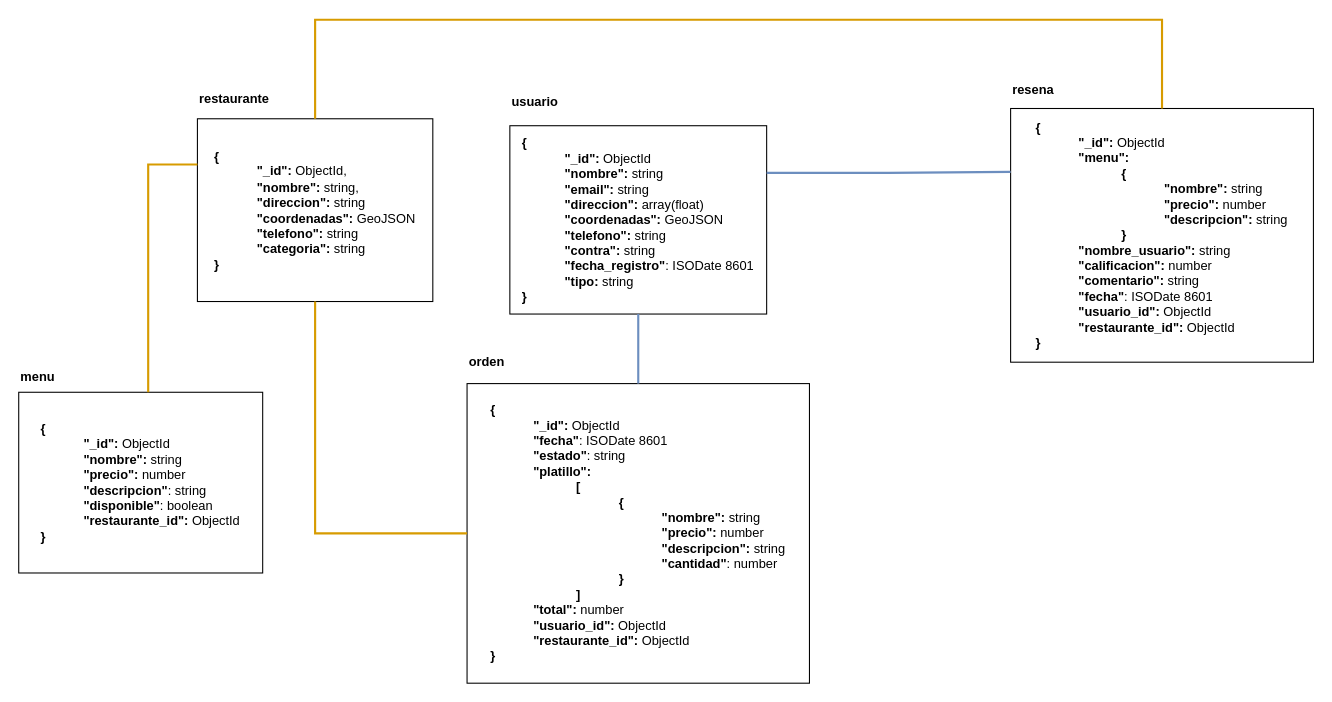
donmatthiuz/BasedeDato2 keeps this draw.io diagram as proyecto2/images/diagrama_db.drawio. Above is the earlier version. Source tidied: cells renumbered, new cells numbered last; positions are measured from the earlier drawing's top-left corner, leaving out a move shared by most shapes. Both pictures are drawn from the tidied source at 107%, with x=0, y=0 at pixel (18, 19).
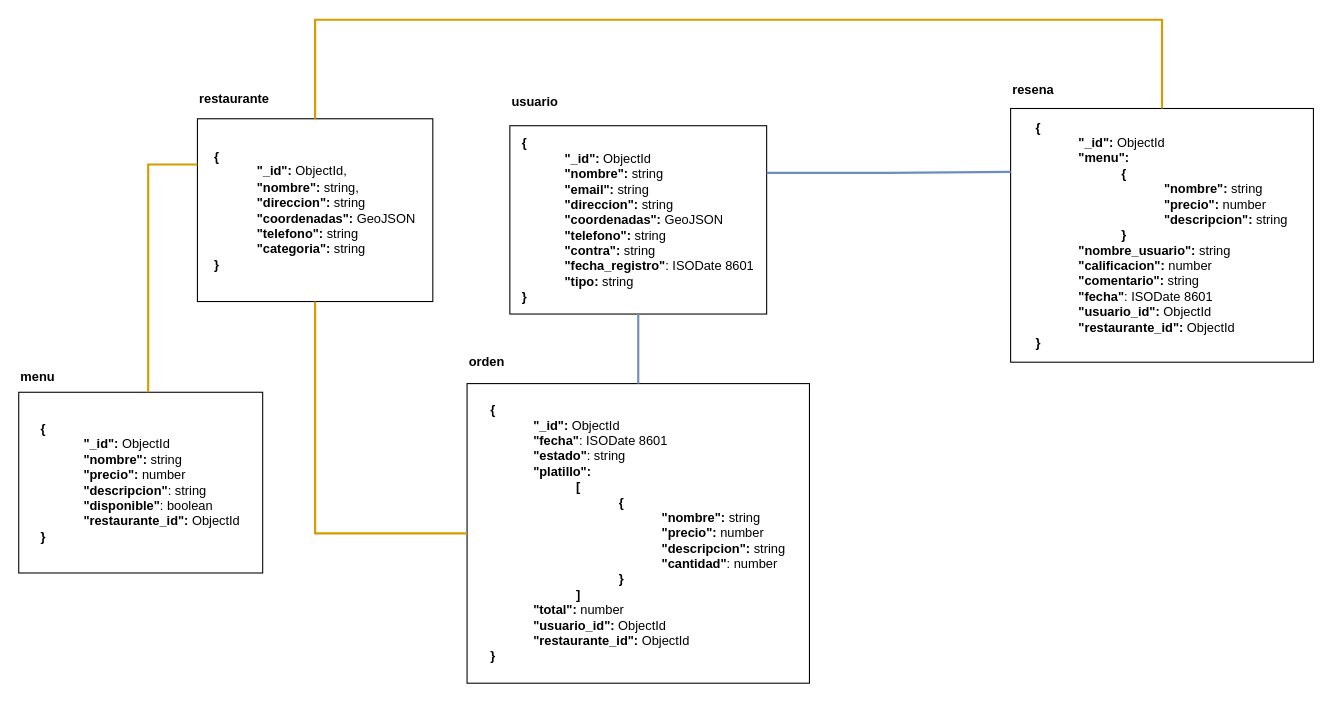
Above is the later version.

The change refers to these unchanged cells:
```xml
<mxCell id="5" style="group;" parent="1" vertex="1">
  <mxGeometry x="459" y="55" width="240" height="220" as="geometry" />
</mxCell>
```

Change to the diagram source:
```diff
@@
-    <mxCell id="7" value="&lt;div style=&quot;text-align: left; padding-top: 0px; padding-right: 50px;&quot;&gt;&lt;b&gt;{&lt;/b&gt;&lt;/div&gt;&lt;blockquote style=&quot;margin: 0 0 0 40px; border: none; padding: 0px;&quot;&gt;&lt;div style=&quot;text-align: left; padding-top: 0px; padding-right: 50px;&quot;&gt;&lt;b&gt;&quot;_id&quot;:&lt;/b&gt; ObjectId&lt;/div&gt;&lt;div style=&quot;text-align: left;&quot;&gt;&lt;b&gt;&quot;nombre&quot;:&lt;/b&gt; string&lt;/div&gt;&lt;div style=&quot;text-align: left; padding-top: 0px; padding-right: 0px;&quot;&gt;&lt;b&gt;&quot;email&quot;:&lt;/b&gt; string&lt;/div&gt;&lt;div style=&quot;text-align: left;&quot;&gt;&lt;b&gt;&quot;direccion&quot;:&lt;/b&gt; array(float)&lt;/div&gt;&lt;div style=&quot;text-align: left;&quot;&gt;&lt;b&gt;&quot;coordenadas&quot;:&lt;/b&gt;&amp;nbsp;GeoJSON&lt;/div&gt;&lt;div style=&quot;text-align: left;&quot;&gt;&lt;b&gt;&quot;telefono&quot;:&lt;/b&gt; string&lt;/div&gt;&lt;div style=&quot;text-align: left;&quot;&gt;&lt;b&gt;&quot;contra&quot;:&lt;/b&gt; string&lt;/div&gt;&lt;div style=&quot;text-align: left;&quot;&gt;&lt;b&gt;&quot;fecha_registro&quot;&lt;/b&gt;: ISODate 8601&lt;/div&gt;&lt;div style=&quot;text-align: left;&quot;&gt;&lt;b&gt;&quot;tipo:&lt;/b&gt; string&lt;/div&gt;&lt;/blockquote&gt;&lt;div style=&quot;text-align: left;&quot;&gt;&lt;span style=&quot;background-color: transparent; color: light-dark(rgb(0, 0, 0), rgb(255, 255, 255));&quot;&gt;&lt;b&gt;}&lt;/b&gt;&lt;/span&gt;&lt;/div&gt;" style="text;html=1;align=center;verticalAlign=middle;whiteSpace=wrap;rounded=0;strokeColor=default;fillColor=default;glass=0;" parent="5" vertex="1">
+    <mxCell id="7" value="&lt;div style=&quot;text-align: left; padding-top: 0px; padding-right: 50px;&quot;&gt;&lt;b&gt;{&lt;/b&gt;&lt;/div&gt;&lt;blockquote style=&quot;margin: 0 0 0 40px; border: none; padding: 0px;&quot;&gt;&lt;div style=&quot;text-align: left; padding-top: 0px; padding-right: 50px;&quot;&gt;&lt;b&gt;&quot;_id&quot;:&lt;/b&gt; ObjectId&lt;/div&gt;&lt;div style=&quot;text-align: left;&quot;&gt;&lt;b&gt;&quot;nombre&quot;:&lt;/b&gt; string&lt;/div&gt;&lt;div style=&quot;text-align: left; padding-top: 0px; padding-right: 0px;&quot;&gt;&lt;b&gt;&quot;email&quot;:&lt;/b&gt; string&lt;/div&gt;&lt;div style=&quot;text-align: left;&quot;&gt;&lt;b&gt;&quot;direccion&quot;:&lt;/b&gt; string&lt;/div&gt;&lt;div style=&quot;text-align: left;&quot;&gt;&lt;b&gt;&quot;coordenadas&quot;:&lt;/b&gt;&amp;nbsp;GeoJSON&lt;/div&gt;&lt;div style=&quot;text-align: left;&quot;&gt;&lt;b&gt;&quot;telefono&quot;:&lt;/b&gt; string&lt;/div&gt;&lt;div style=&quot;text-align: left;&quot;&gt;&lt;b&gt;&quot;contra&quot;:&lt;/b&gt; string&lt;/div&gt;&lt;div style=&quot;text-align: left;&quot;&gt;&lt;b&gt;&quot;fecha_registro&quot;&lt;/b&gt;: ISODate 8601&lt;/div&gt;&lt;div style=&quot;text-align: left;&quot;&gt;&lt;b&gt;&quot;tipo:&lt;/b&gt; string&lt;/div&gt;&lt;/blockquote&gt;&lt;div style=&quot;text-align: left;&quot;&gt;&lt;span style=&quot;background-color: transparent; color: light-dark(rgb(0, 0, 0), rgb(255, 255, 255));&quot;&gt;&lt;b&gt;}&lt;/b&gt;&lt;/span&gt;&lt;/div&gt;" style="text;html=1;align=center;verticalAlign=middle;whiteSpace=wrap;rounded=0;strokeColor=default;fillColor=default;glass=0;" parent="5" vertex="1">
       <mxGeometry y="44" width="240" height="176" as="geometry" />
     </mxCell>
```
